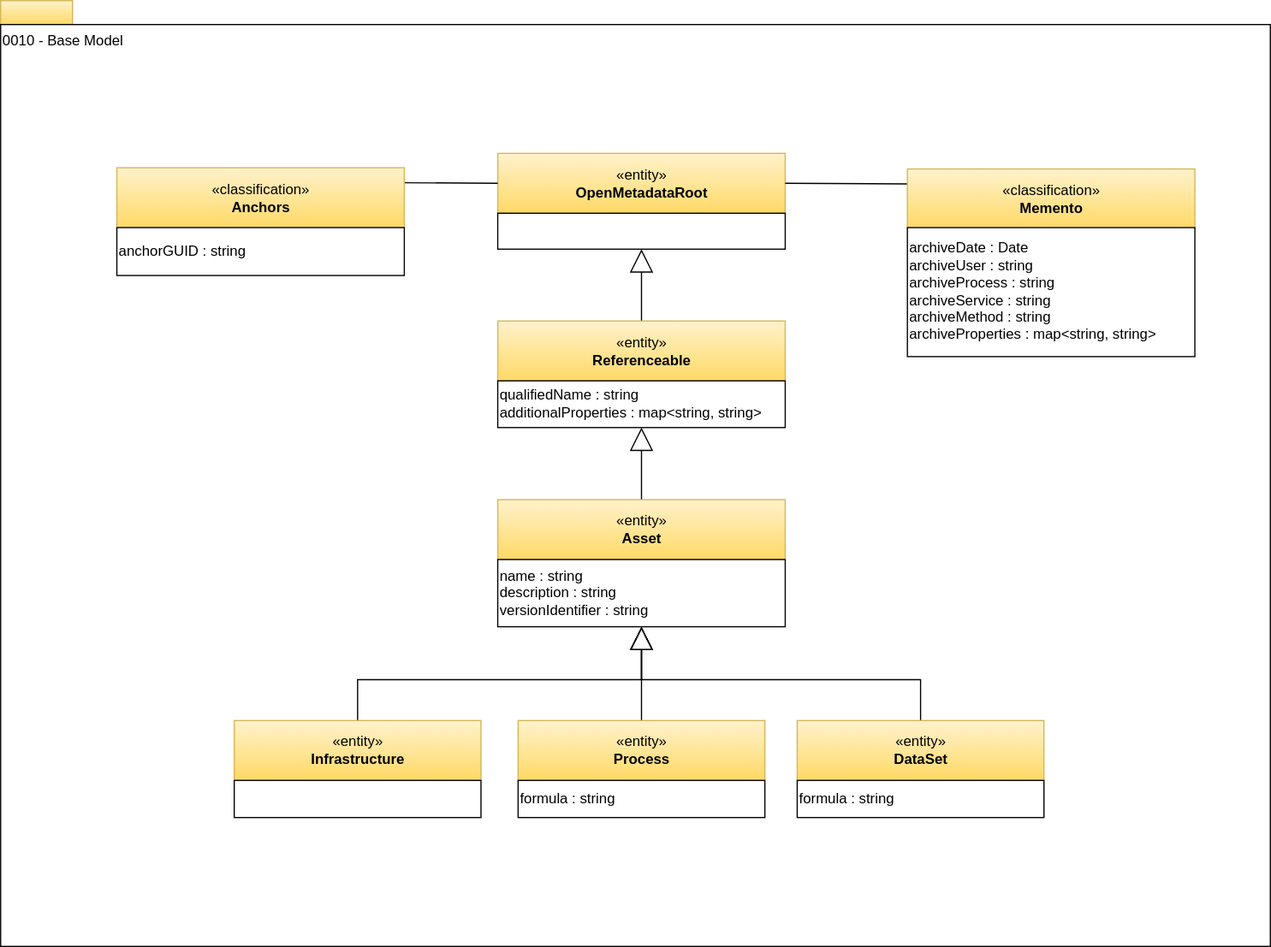
Earlier version of the draw.io export site/docs/types/0/0010-Base-Model.svg (odpi/egeria-docs). Source tidied: cells renumbered, new cells last; positions are measured from the earlier drawing's top-left corner, leaving out a move shared by most shapes. The source it was exported from:
```xml
<mxGraphModel>
  <root>
    <mxCell id="0" />
    <mxCell id="1" parent="0" />
    <mxCell id="2" style="rounded=0;whiteSpace=wrap;html=1;align=left;fillColor=#fff2cc;strokeColor=#d6b656;gradientColor=#ffd966;" parent="1" vertex="1">
      <mxGeometry width="60" height="20" as="geometry" />
    </mxCell>
    <mxCell id="3" value="0010 - Base Model" style="rounded=0;whiteSpace=wrap;html=1;align=left;verticalAlign=top;" parent="1" vertex="1">
      <mxGeometry y="20" width="1060" height="770" as="geometry" />
    </mxCell>
    <mxCell id="4" style="edgeStyle=orthogonalEdgeStyle;rounded=0;jettySize=auto;html=1;exitX=0.5;exitY=0;exitDx=0;exitDy=0;entryX=0.5;entryY=1;entryDx=0;entryDy=0;endArrow=block;endFill=0;endSize=17;" parent="1" edge="1" source="5" target="20">
      <mxGeometry relative="1" as="geometry" />
    </mxCell>
    <mxCell id="5" value="«entity»&lt;br&gt;&lt;b&gt;Referenceable&lt;/b&gt;" style="html=1;strokeColor=#d6b656;align=center;fillColor=#fff2cc;gradientColor=#ffd966;" parent="1" vertex="1">
      <mxGeometry x="415" y="267.6" width="240" height="50" as="geometry" />
    </mxCell>
    <mxCell id="6" style="edgeStyle=orthogonalEdgeStyle;rounded=0;jettySize=auto;html=1;exitX=0.5;exitY=0;exitDx=0;exitDy=0;endArrow=block;endFill=0;endSize=17;" parent="1" edge="1" source="7" target="12">
      <mxGeometry relative="1" as="geometry" />
    </mxCell>
    <mxCell id="7" value="«entity»&lt;br&gt;&lt;b&gt;Infrastructure&lt;/b&gt;" style="html=1;strokeColor=#d6b656;align=center;fillColor=#fff2cc;gradientColor=#ffd966;" parent="1" vertex="1">
      <mxGeometry x="195" y="601.4" width="206" height="50" as="geometry" />
    </mxCell>
    <mxCell id="8" style="rounded=0;whiteSpace=wrap;html=1;strokeColor=#000000;gradientColor=#ffffff;align=center;" parent="1" vertex="1">
      <mxGeometry x="195" y="651.4" width="206" height="31" as="geometry" />
    </mxCell>
    <mxCell id="9" value="qualifiedName : string&lt;br&gt;additionalProperties : map&amp;lt;string, string&amp;gt;&lt;br&gt;&lt;div style=&quot;text-align: left&quot;&gt;&lt;/div&gt;" style="rounded=0;whiteSpace=wrap;html=1;strokeColor=#000000;gradientColor=#ffffff;align=left;" parent="1" vertex="1">
      <mxGeometry x="415" y="317.6" width="240" height="39" as="geometry" />
    </mxCell>
    <mxCell id="10" style="edgeStyle=orthogonalEdgeStyle;rounded=0;jettySize=auto;html=1;endArrow=block;endFill=0;endSize=17;" parent="1" edge="1" source="11" target="9">
      <mxGeometry relative="1" as="geometry" />
    </mxCell>
    <mxCell id="11" value="«entity»&lt;br&gt;&lt;b&gt;Asset&lt;/b&gt;" style="html=1;strokeColor=#d6b656;align=center;fillColor=#fff2cc;gradientColor=#ffd966;" parent="1" vertex="1">
      <mxGeometry x="415" y="416.9" width="240" height="50" as="geometry" />
    </mxCell>
    <mxCell id="12" value="name : string&lt;br&gt;description : string&lt;br&gt;versionIdentifier : string&lt;br&gt;&lt;div style=&quot;text-align: left&quot;&gt;&lt;/div&gt;" style="rounded=0;whiteSpace=wrap;html=1;strokeColor=#000000;gradientColor=#ffffff;align=left;" parent="1" vertex="1">
      <mxGeometry x="415" y="466.9" width="240" height="56.1" as="geometry" />
    </mxCell>
    <mxCell id="13" style="edgeStyle=orthogonalEdgeStyle;rounded=0;jettySize=auto;html=1;exitX=0.5;exitY=0;exitDx=0;exitDy=0;endArrow=block;endFill=0;endSize=17;entryX=0.5;entryY=1;entryDx=0;entryDy=0;" parent="1" edge="1" source="14" target="12">
      <mxGeometry relative="1" as="geometry" />
    </mxCell>
    <mxCell id="14" value="«entity»&lt;br&gt;&lt;b&gt;Process&lt;/b&gt;" style="html=1;strokeColor=#d6b656;align=center;fillColor=#fff2cc;gradientColor=#ffd966;" parent="1" vertex="1">
      <mxGeometry x="432" y="601.4" width="206" height="50" as="geometry" />
    </mxCell>
    <mxCell id="15" value="formula : string" style="rounded=0;whiteSpace=wrap;html=1;strokeColor=#000000;gradientColor=#ffffff;align=left;" parent="1" vertex="1">
      <mxGeometry x="432" y="651.4" width="206" height="31" as="geometry" />
    </mxCell>
    <mxCell id="16" style="edgeStyle=orthogonalEdgeStyle;rounded=0;jettySize=auto;html=1;exitX=0.5;exitY=0;exitDx=0;exitDy=0;endArrow=block;endFill=0;endSize=17;entryX=0.5;entryY=1;entryDx=0;entryDy=0;" parent="1" edge="1" source="17" target="12">
      <mxGeometry relative="1" as="geometry" />
    </mxCell>
    <mxCell id="17" value="«entity»&lt;br&gt;&lt;b&gt;DataSet&lt;/b&gt;" style="html=1;strokeColor=#d6b656;align=center;fillColor=#fff2cc;gradientColor=#ffd966;" parent="1" vertex="1">
      <mxGeometry x="665" y="601.4" width="206" height="50" as="geometry" />
    </mxCell>
    <mxCell id="18" value="formula : string" style="rounded=0;whiteSpace=wrap;html=1;strokeColor=#000000;gradientColor=#ffffff;align=left;" parent="1" vertex="1">
      <mxGeometry x="665" y="651.4" width="206" height="31" as="geometry" />
    </mxCell>
    <mxCell id="19" value="«entity»&lt;br&gt;&lt;b&gt;OpenMetadataRoot&lt;/b&gt;" style="html=1;strokeColor=#d6b656;align=center;fillColor=#fff2cc;gradientColor=#ffd966;" parent="1" vertex="1">
      <mxGeometry x="415" y="127.6" width="240" height="50" as="geometry" />
    </mxCell>
    <mxCell id="20" value="&lt;br&gt;&lt;div style=&quot;text-align: left&quot;&gt;&lt;/div&gt;" style="rounded=0;whiteSpace=wrap;html=1;strokeColor=#000000;gradientColor=#ffffff;align=left;" parent="1" vertex="1">
      <mxGeometry x="415" y="177.6" width="240" height="30" as="geometry" />
    </mxCell>
    <mxCell id="21" style="edgeStyle=none;rounded=0;jettySize=auto;html=1;exitX=1;exitY=0.25;exitDx=0;exitDy=0;entryX=0;entryY=0.5;entryDx=0;entryDy=0;endArrow=none;endFill=0;" parent="1" edge="1" source="22" target="19">
      <mxGeometry relative="1" as="geometry" />
    </mxCell>
    <mxCell id="22" value="«classification»&lt;br&gt;&lt;b&gt;Anchors&lt;/b&gt;" style="html=1;strokeColor=#d6b656;align=center;fillColor=#fff2cc;gradientColor=#ffd966;" parent="1" vertex="1">
      <mxGeometry x="97" y="139.6" width="240" height="50" as="geometry" />
    </mxCell>
    <mxCell id="23" value="anchorGUID : string&lt;br&gt;&lt;div style=&quot;text-align: left&quot;&gt;&lt;/div&gt;" style="rounded=0;whiteSpace=wrap;html=1;strokeColor=#000000;gradientColor=#ffffff;align=left;" parent="1" vertex="1">
      <mxGeometry x="97" y="189.6" width="240" height="40" as="geometry" />
    </mxCell>
    <mxCell id="24" style="edgeStyle=none;rounded=0;jettySize=auto;html=1;exitX=0;exitY=0.25;exitDx=0;exitDy=0;entryX=1;entryY=0.5;entryDx=0;entryDy=0;endArrow=none;endFill=0;" parent="1" edge="1" source="25" target="19">
      <mxGeometry relative="1" as="geometry" />
    </mxCell>
    <mxCell id="25" value="«classification»&lt;br&gt;&lt;b&gt;Memento&lt;/b&gt;" style="html=1;strokeColor=#d6b656;align=center;fillColor=#fff2cc;gradientColor=#ffd966;" parent="1" vertex="1">
      <mxGeometry x="757" y="140.6" width="240" height="50" as="geometry" />
    </mxCell>
    <mxCell id="26" value="archiveDate : Date&lt;br&gt;archiveUser : string&lt;br&gt;archiveProcess : string&lt;br&gt;archiveService : string&lt;br&gt;archiveMethod : string&lt;br&gt;archiveProperties : map&amp;lt;string, string&amp;gt;&lt;br&gt;&lt;div style=&quot;text-align: left&quot;&gt;&lt;/div&gt;" style="rounded=0;whiteSpace=wrap;html=1;strokeColor=#000000;gradientColor=#ffffff;align=left;" parent="1" vertex="1">
      <mxGeometry x="757" y="189.6" width="240" height="107.8" as="geometry" />
    </mxCell>
  </root>
</mxGraphModel>
```
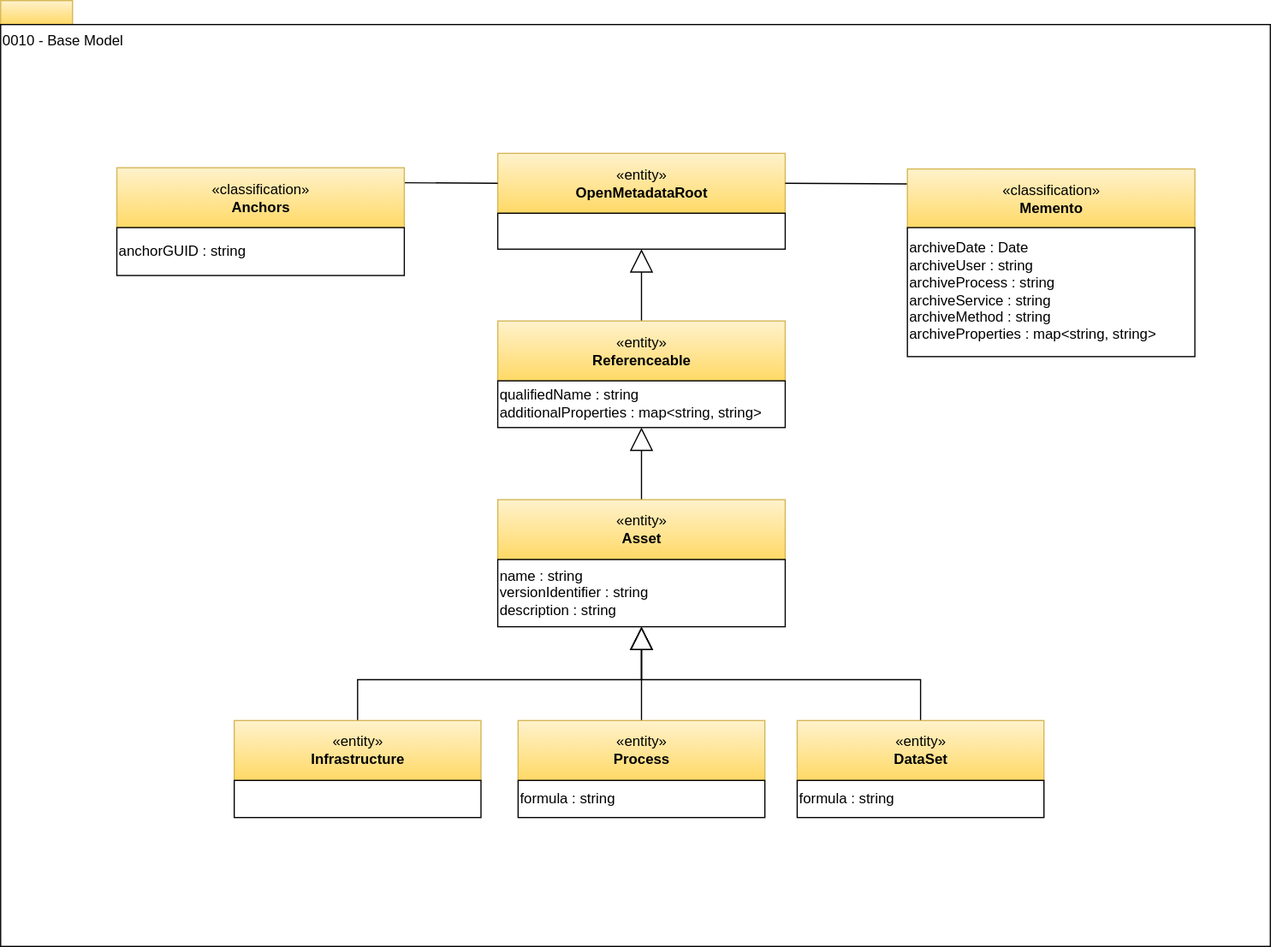
The same diagram one commit later.

What changed in the source:
```diff
@@ -32,7 +32,7 @@
     <mxCell id="11" value="«entity»&lt;br&gt;&lt;b&gt;Asset&lt;/b&gt;" style="html=1;strokeColor=#d6b656;align=center;fillColor=#fff2cc;gradientColor=#ffd966;" parent="1" vertex="1">
       <mxGeometry x="415" y="416.9" width="240" height="50" as="geometry" />
     </mxCell>
-    <mxCell id="12" value="name : string&lt;br&gt;description : string&lt;br&gt;versionIdentifier : string&lt;br&gt;&lt;div style=&quot;text-align: left&quot;&gt;&lt;/div&gt;" style="rounded=0;whiteSpace=wrap;html=1;strokeColor=#000000;gradientColor=#ffffff;align=left;" parent="1" vertex="1">
+    <mxCell id="12" value="name : string&lt;br&gt;versionIdentifier : string&lt;br&gt;description : string&lt;br&gt;&lt;div style=&quot;text-align: left&quot;&gt;&lt;/div&gt;" style="rounded=0;whiteSpace=wrap;html=1;strokeColor=#000000;gradientColor=#ffffff;align=left;" parent="1" vertex="1">
       <mxGeometry x="415" y="466.9" width="240" height="56.1" as="geometry" />
     </mxCell>
     <mxCell id="13" style="edgeStyle=orthogonalEdgeStyle;rounded=0;jettySize=auto;html=1;exitX=0.5;exitY=0;exitDx=0;exitDy=0;endArrow=block;endFill=0;endSize=17;entryX=0.5;entryY=1;entryDx=0;entryDy=0;" parent="1" edge="1" source="14" target="12">
```
